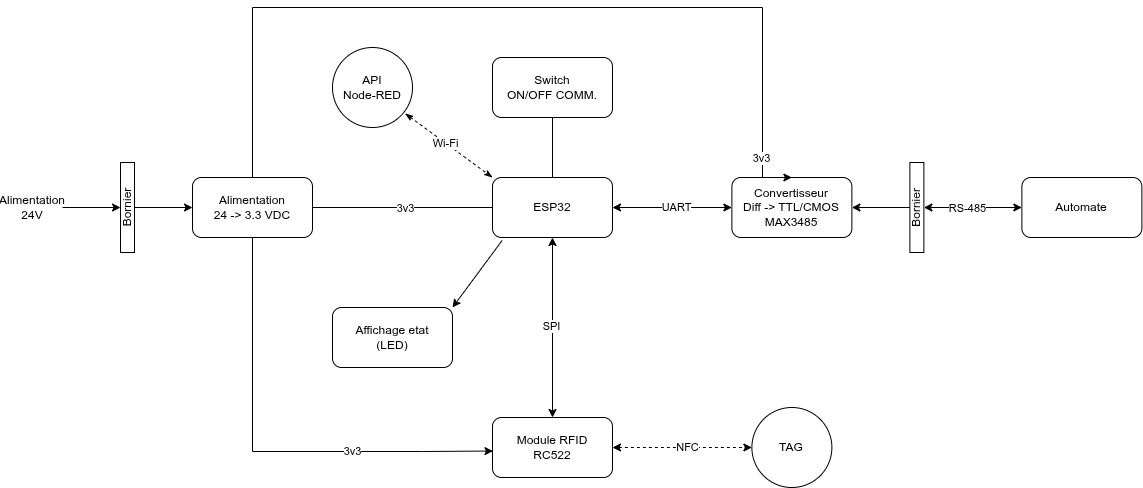
This is Images/Hardware/Concept-Projet.png from Hoferlukaslh/M7-Lecteur-RFID, a draw.io export, as it was before one commit. Source tidied: cells renumbered, new cells last; positions are measured from the earlier drawing's top-left corner, leaving out a move shared by most shapes. Its diagram source:
```xml
<mxGraphModel>
  <root>
    <mxCell id="0" />
    <mxCell id="1" parent="0" />
    <mxCell id="2" value="ESP32" style="rounded=1;whiteSpace=wrap;html=1;" parent="1" vertex="1">
      <mxGeometry x="490" y="170" width="120" height="60" as="geometry" />
    </mxCell>
    <mxCell id="3" value="Module RFID&lt;br&gt;RC522" style="rounded=1;whiteSpace=wrap;html=1;" parent="1" vertex="1">
      <mxGeometry x="490" y="410" width="120" height="60" as="geometry" />
    </mxCell>
    <mxCell id="4" style="endArrow=classic;startArrow=classic;html=1;rounded=0;entryX=0.5;entryY=1;entryDx=0;entryDy=0;exitX=0.5;exitY=0;exitDx=0;exitDy=0;" parent="1" edge="1" source="3" target="2">
      <mxGeometry relative="1" as="geometry" />
    </mxCell>
    <mxCell id="5" value="SPI" style="edgeLabel;html=1;align=center;verticalAlign=middle;" parent="4" vertex="1">
      <mxGeometry x="0.02" y="1" relative="1" as="geometry" />
    </mxCell>
    <mxCell id="6" value="Automate" style="rounded=1;whiteSpace=wrap;html=1;" parent="1" vertex="1">
      <mxGeometry x="1019.4" y="170" width="120" height="60" as="geometry" />
    </mxCell>
    <mxCell id="7" style="endArrow=classic;startArrow=classic;html=1;rounded=0;exitX=1;exitY=0.5;exitDx=0;exitDy=0;entryX=0;entryY=0.5;entryDx=0;entryDy=0;" parent="1" edge="1" source="2" target="9">
      <mxGeometry relative="1" as="geometry" />
    </mxCell>
    <mxCell id="8" value="UART" style="edgeLabel;html=1;align=center;verticalAlign=middle;" parent="7" vertex="1">
      <mxGeometry x="-0.09" y="1" relative="1" as="geometry">
        <mxPoint x="9" y="1" as="offset" />
      </mxGeometry>
    </mxCell>
    <mxCell id="9" value="Convertisseur&lt;br&gt;Diff -&amp;gt; TTL/CMOS&lt;div&gt;MAX3485&lt;/div&gt;" style="rounded=1;whiteSpace=wrap;html=1;" parent="1" vertex="1">
      <mxGeometry x="729.4" y="170" width="120" height="60" as="geometry" />
    </mxCell>
    <mxCell id="10" style="endArrow=classic;startArrow=classic;html=1;rounded=0;entryX=0;entryY=0.5;entryDx=0;entryDy=0;exitX=0.5;exitY=0;exitDx=0;exitDy=0;" parent="1" edge="1" source="32" target="6">
      <mxGeometry relative="1" as="geometry" />
    </mxCell>
    <mxCell id="11" value="RS-485" style="edgeLabel;html=1;align=center;verticalAlign=middle;" parent="10" vertex="1">
      <mxGeometry x="-0.08" y="3" relative="1" as="geometry">
        <mxPoint x="-2" y="4" as="offset" />
      </mxGeometry>
    </mxCell>
    <mxCell id="12" value="Switch&lt;br&gt;ON/OFF COMM." style="rounded=1;whiteSpace=wrap;html=1;" parent="1" vertex="1">
      <mxGeometry x="490" y="50" width="120" height="60" as="geometry" />
    </mxCell>
    <mxCell id="13" style="endArrow=none;html=1;rounded=0;entryX=0.5;entryY=1;entryDx=0;entryDy=0;exitX=0.5;exitY=0;exitDx=0;exitDy=0;" parent="1" edge="1" source="2" target="12">
      <mxGeometry relative="1" as="geometry" />
    </mxCell>
    <mxCell id="14" style="edgeStyle=orthogonalEdgeStyle;rounded=0;jettySize=auto;html=1;endArrow=none;endFill=0;" parent="1" edge="1" source="18" target="2">
      <mxGeometry relative="1" as="geometry" />
    </mxCell>
    <mxCell id="15" value="3v3" style="edgeLabel;html=1;align=center;verticalAlign=middle;" parent="14" vertex="1">
      <mxGeometry x="0.03" y="-1" relative="1" as="geometry" />
    </mxCell>
    <mxCell id="16" style="edgeStyle=orthogonalEdgeStyle;rounded=0;jettySize=auto;html=1;entryX=0.5;entryY=0;entryDx=0;entryDy=0;" parent="1" edge="1" source="18" target="9">
      <mxGeometry relative="1" as="geometry">
        <Array as="points">
          <mxPoint x="250" />
          <mxPoint x="760" />
        </Array>
      </mxGeometry>
    </mxCell>
    <mxCell id="17" value="3v3" style="edgeLabel;html=1;align=center;verticalAlign=middle;" parent="16" vertex="1">
      <mxGeometry x="0.89" y="-1" relative="1" as="geometry" />
    </mxCell>
    <mxCell id="18" value="Alimentation&lt;br&gt;24 -&amp;gt; 3.3 VDC" style="rounded=1;whiteSpace=wrap;html=1;" parent="1" vertex="1">
      <mxGeometry x="190" y="170" width="120" height="60" as="geometry" />
    </mxCell>
    <mxCell id="19" style="edgeStyle=orthogonalEdgeStyle;rounded=0;jettySize=auto;html=1;entryX=0.004;entryY=0.559;entryDx=0;entryDy=0;entryPerimeter=0;exitX=0.5;exitY=1;exitDx=0;exitDy=0;" parent="1" edge="1" source="18" target="3">
      <mxGeometry relative="1" as="geometry">
        <Array as="points">
          <mxPoint x="250" y="444" />
          <mxPoint x="420" y="444" />
        </Array>
      </mxGeometry>
    </mxCell>
    <mxCell id="20" value="3v3" style="edgeLabel;html=1;align=center;verticalAlign=middle;" parent="19" vertex="1">
      <mxGeometry x="0.38" relative="1" as="geometry" />
    </mxCell>
    <mxCell id="21" value="TAG" style="ellipse;whiteSpace=wrap;html=1;" parent="1" vertex="1">
      <mxGeometry x="749.4" y="400" width="80" height="80" as="geometry" />
    </mxCell>
    <mxCell id="22" style="endArrow=classic;dashed=1;html=1;rounded=0;entryX=0;entryY=0.5;entryDx=0;entryDy=0;exitX=1;exitY=0.5;exitDx=0;exitDy=0;endFill=1;startArrow=classic;startFill=1;" parent="1" edge="1" source="3" target="21">
      <mxGeometry relative="1" as="geometry" />
    </mxCell>
    <mxCell id="23" value="NFC" style="edgeLabel;html=1;align=center;verticalAlign=middle;" parent="22" vertex="1">
      <mxGeometry x="0.07" relative="1" as="geometry" />
    </mxCell>
    <mxCell id="24" value="API&lt;br&gt;Node-RED" style="ellipse;whiteSpace=wrap;html=1;" parent="1" vertex="1">
      <mxGeometry x="330" y="40" width="80" height="80" as="geometry" />
    </mxCell>
    <mxCell id="25" style="endArrow=classicThin;dashed=1;html=1;strokeWidth=1;rounded=0;entryX=0;entryY=0;entryDx=0;entryDy=0;exitX=0.907;exitY=0.824;exitDx=0;exitDy=0;exitPerimeter=0;endFill=1;startArrow=classicThin;startFill=1;" parent="1" edge="1" source="24" target="2">
      <mxGeometry relative="1" as="geometry" />
    </mxCell>
    <mxCell id="26" value="Wi-Fi" style="edgeLabel;html=1;align=center;verticalAlign=middle;" parent="25" vertex="1">
      <mxGeometry x="0.21" relative="1" as="geometry">
        <mxPoint x="-13" y="-9" as="offset" />
      </mxGeometry>
    </mxCell>
    <mxCell id="27" style="edgeStyle=orthogonalEdgeStyle;rounded=0;jettySize=auto;html=1;entryX=0;entryY=0.5;entryDx=0;entryDy=0;" parent="1" edge="1" source="28" target="18">
      <mxGeometry relative="1" as="geometry" />
    </mxCell>
    <mxCell id="28" value="Bornier" style="rounded=0;whiteSpace=wrap;html=1;direction=west;rotation=-90;" parent="1" vertex="1">
      <mxGeometry x="80" y="193" width="90" height="14" as="geometry" />
    </mxCell>
    <mxCell id="29" style="endArrow=classic;html=1;rounded=0;entryX=0.5;entryY=1;entryDx=0;entryDy=0;exitX=1;exitY=0.5;exitDx=0;exitDy=0;" parent="1" edge="1" source="30" target="28">
      <mxGeometry relative="1" as="geometry" />
    </mxCell>
    <mxCell id="30" value="Alimentation 24V" style="text;html=1;whiteSpace=wrap;strokeColor=none;fillColor=none;align=center;verticalAlign=middle;rounded=0;" parent="1" vertex="1">
      <mxGeometry y="185" width="60" height="30" as="geometry" />
    </mxCell>
    <mxCell id="31" style="edgeStyle=orthogonalEdgeStyle;rounded=0;jettySize=auto;html=1;entryX=1;entryY=0.5;entryDx=0;entryDy=0;" parent="1" edge="1" source="32" target="9">
      <mxGeometry relative="1" as="geometry" />
    </mxCell>
    <mxCell id="32" value="Bornier" style="rounded=0;whiteSpace=wrap;html=1;direction=west;rotation=-90;" parent="1" vertex="1">
      <mxGeometry x="869.4" y="193" width="90" height="14" as="geometry" />
    </mxCell>
    <mxCell id="33" value="Affichage etat&lt;br&gt;(LED)" style="rounded=1;whiteSpace=wrap;html=1;" parent="1" vertex="1">
      <mxGeometry x="330" y="300" width="120" height="60" as="geometry" />
    </mxCell>
    <mxCell id="34" style="endArrow=classic;html=1;rounded=0;exitX=0.08;exitY=1.05;exitDx=0;exitDy=0;entryX=1;entryY=0;entryDx=0;entryDy=0;exitPerimeter=0;" parent="1" edge="1" source="2" target="33">
      <mxGeometry relative="1" as="geometry" />
    </mxCell>
  </root>
</mxGraphModel>
```
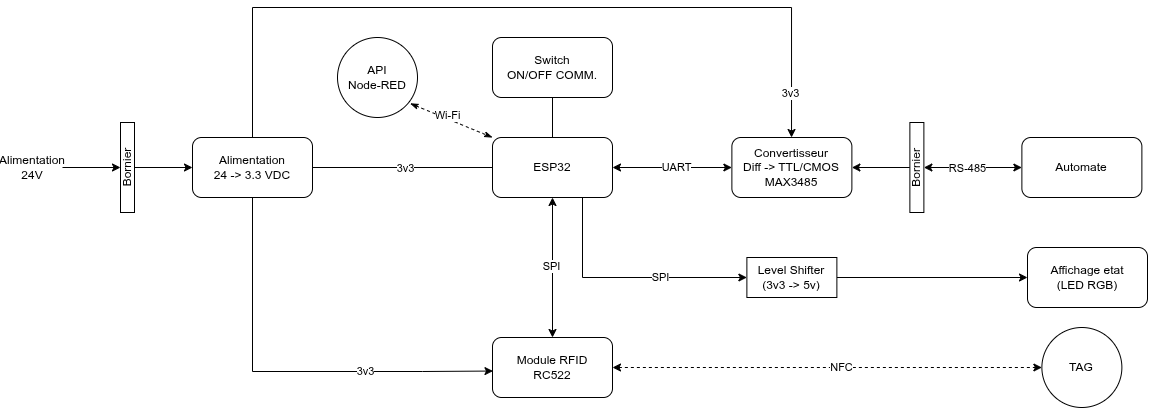
The same diagram one commit later.

What changed in the source:
```diff
@@ -6,7 +6,7 @@
       <mxGeometry x="490" y="170" width="120" height="60" as="geometry" />
     </mxCell>
     <mxCell id="3" value="Module RFID&lt;br&gt;RC522" style="rounded=1;whiteSpace=wrap;html=1;" parent="1" vertex="1">
-      <mxGeometry x="490" y="410" width="120" height="60" as="geometry" />
+      <mxGeometry x="490" y="370" width="120" height="60" as="geometry" />
     </mxCell>
     <mxCell id="4" style="endArrow=classic;startArrow=classic;html=1;rounded=0;entryX=0.5;entryY=1;entryDx=0;entryDy=0;exitX=0.5;exitY=0;exitDx=0;exitDy=0;" parent="1" edge="1" source="3" target="2">
       <mxGeometry relative="1" as="geometry" />
@@ -37,7 +37,7 @@
       </mxGeometry>
     </mxCell>
     <mxCell id="12" value="Switch&lt;br&gt;ON/OFF COMM." style="rounded=1;whiteSpace=wrap;html=1;" parent="1" vertex="1">
-      <mxGeometry x="490" y="50" width="120" height="60" as="geometry" />
+      <mxGeometry x="490" y="70" width="120" height="60" as="geometry" />
     </mxCell>
     <mxCell id="13" style="endArrow=none;html=1;rounded=0;entryX=0.5;entryY=1;entryDx=0;entryDy=0;exitX=0.5;exitY=0;exitDx=0;exitDy=0;" parent="1" edge="1" source="2" target="12">
       <mxGeometry relative="1" as="geometry" />
@@ -51,8 +51,9 @@
     <mxCell id="16" style="edgeStyle=orthogonalEdgeStyle;rounded=0;jettySize=auto;html=1;entryX=0.5;entryY=0;entryDx=0;entryDy=0;" parent="1" edge="1" source="18" target="9">
       <mxGeometry relative="1" as="geometry">
         <Array as="points">
-          <mxPoint x="250" />
-          <mxPoint x="760" />
+          <mxPoint x="250" y="40" />
+          <mxPoint x="789" y="40" />
+          <mxPoint x="789" y="170" />
         </Array>
       </mxGeometry>
     </mxCell>
@@ -65,8 +66,8 @@
     <mxCell id="19" style="edgeStyle=orthogonalEdgeStyle;rounded=0;jettySize=auto;html=1;entryX=0.004;entryY=0.559;entryDx=0;entryDy=0;entryPerimeter=0;exitX=0.5;exitY=1;exitDx=0;exitDy=0;" parent="1" edge="1" source="18" target="3">
       <mxGeometry relative="1" as="geometry">
         <Array as="points">
-          <mxPoint x="250" y="444" />
-          <mxPoint x="420" y="444" />
+          <mxPoint x="250" y="404" />
+          <mxPoint x="420" y="404" />
         </Array>
       </mxGeometry>
     </mxCell>
@@ -74,7 +75,7 @@
       <mxGeometry x="0.38" relative="1" as="geometry" />
     </mxCell>
     <mxCell id="21" value="TAG" style="ellipse;whiteSpace=wrap;html=1;" parent="1" vertex="1">
-      <mxGeometry x="749.4" y="400" width="80" height="80" as="geometry" />
+      <mxGeometry x="1039.4" y="360" width="80" height="80" as="geometry" />
     </mxCell>
     <mxCell id="22" style="endArrow=classic;dashed=1;html=1;rounded=0;entryX=0;entryY=0.5;entryDx=0;entryDy=0;exitX=1;exitY=0.5;exitDx=0;exitDy=0;endFill=1;startArrow=classic;startFill=1;" parent="1" edge="1" source="3" target="21">
       <mxGeometry relative="1" as="geometry" />
@@ -83,7 +84,7 @@
       <mxGeometry x="0.07" relative="1" as="geometry" />
     </mxCell>
     <mxCell id="24" value="API&lt;br&gt;Node-RED" style="ellipse;whiteSpace=wrap;html=1;" parent="1" vertex="1">
-      <mxGeometry x="330" y="40" width="80" height="80" as="geometry" />
+      <mxGeometry x="335" y="70" width="80" height="80" as="geometry" />
     </mxCell>
     <mxCell id="25" style="endArrow=classicThin;dashed=1;html=1;strokeWidth=1;rounded=0;entryX=0;entryY=0;entryDx=0;entryDy=0;exitX=0.907;exitY=0.824;exitDx=0;exitDy=0;exitPerimeter=0;endFill=1;startArrow=classicThin;startFill=1;" parent="1" edge="1" source="24" target="2">
       <mxGeometry relative="1" as="geometry" />
@@ -111,11 +112,26 @@
     <mxCell id="32" value="Bornier" style="rounded=0;whiteSpace=wrap;html=1;direction=west;rotation=-90;" parent="1" vertex="1">
       <mxGeometry x="869.4" y="193" width="90" height="14" as="geometry" />
     </mxCell>
-    <mxCell id="33" value="Affichage etat&lt;br&gt;(LED)" style="rounded=1;whiteSpace=wrap;html=1;" parent="1" vertex="1">
-      <mxGeometry x="330" y="300" width="120" height="60" as="geometry" />
+    <mxCell id="33" value="Affichage etat&lt;br&gt;(LED RGB)" style="rounded=1;whiteSpace=wrap;html=1;" parent="1" vertex="1">
+      <mxGeometry x="1025" y="280" width="120" height="60" as="geometry" />
     </mxCell>
-    <mxCell id="34" style="endArrow=classic;html=1;rounded=0;exitX=0.08;exitY=1.05;exitDx=0;exitDy=0;entryX=1;entryY=0;entryDx=0;entryDy=0;exitPerimeter=0;" parent="1" edge="1" source="2" target="33">
-      <mxGeometry relative="1" as="geometry" />
+    <mxCell id="34" style="endArrow=classic;html=1;rounded=0;exitX=0.75;exitY=1;exitDx=0;exitDy=0;entryX=1;entryY=0.5;entryDx=0;entryDy=0;edgeStyle=orthogonalEdgeStyle;" parent="1" edge="1" source="2" target="37">
+      <mxGeometry relative="1" as="geometry">
+        <Array as="points">
+          <mxPoint x="580" y="310" />
+        </Array>
+      </mxGeometry>
     </mxCell>
+    <mxCell id="35" value="SPI" style="edgeLabel;html=1;align=center;verticalAlign=middle;" parent="34" vertex="1">
+      <mxGeometry x="-0.16" y="-1" relative="1" as="geometry">
+        <mxPoint x="56" y="-1" as="offset" />
+      </mxGeometry>
+    </mxCell>
+    <mxCell id="36" style="edgeStyle=orthogonalEdgeStyle;rounded=0;jettySize=auto;html=1;entryX=0;entryY=0.5;entryDx=0;entryDy=0;" parent="1" edge="1" source="37" target="33">
+      <mxGeometry relative="1" as="geometry" />
+    </mxCell>
+    <mxCell id="37" value="Level Shifter&lt;br&gt;(3v3 -&amp;gt; 5v)" style="rounded=0;whiteSpace=wrap;html=1;direction=west;rotation=0;" parent="1" vertex="1">
+      <mxGeometry x="744.4" y="290" width="90" height="40" as="geometry" />
+    </mxCell>
   </root>
 </mxGraphModel>
```
